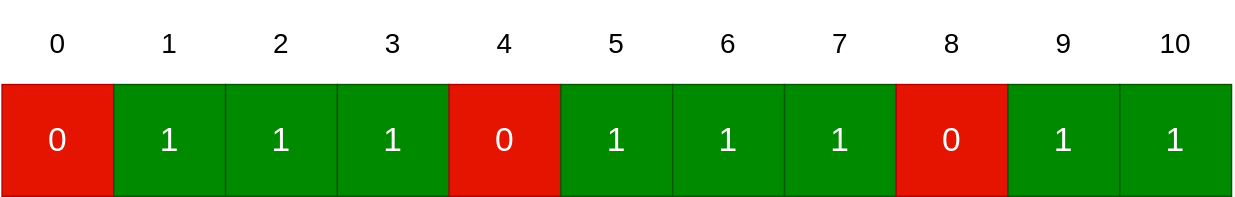
This is docs/algorithms/math/game-theory/images/states-array.drawio.svg from eduardo-marca/utfpr-guia-programacao-competitiva, a draw.io export, as it was before one commit. Source tidied: cells renumbered, new cells last; positions are measured from the earlier drawing's top-left corner, leaving out a move shared by most shapes. Source of this version:
```xml
<mxGraphModel>
  <root>
    <mxCell id="0" />
    <mxCell id="1" parent="0" />
    <mxCell id="2" value="&lt;font style=&quot;font-size: 24px;&quot;&gt;0&lt;/font&gt;" style="whiteSpace=wrap;html=1;rounded=0;glass=0;shadow=0;labelBackgroundColor=light-dark(default, #ff0000);fontColor=#ffffff;fillColor=#e51400;strokeColor=#B20000;" parent="1" vertex="1">
      <mxGeometry y="60" width="80" height="80" as="geometry" />
    </mxCell>
    <mxCell id="3" value="&lt;font&gt;0&lt;/font&gt;" style="text;html=1;whiteSpace=wrap;strokeColor=none;fillColor=none;align=center;verticalAlign=middle;rounded=0;fontSize=20;" parent="1" vertex="1">
      <mxGeometry x="10" width="60" height="60" as="geometry" />
    </mxCell>
    <mxCell id="4" value="&lt;font style=&quot;font-size: 24px;&quot;&gt;1&lt;/font&gt;" style="whiteSpace=wrap;html=1;rounded=0;glass=0;shadow=0;fillColor=#008a00;strokeColor=#005700;fontColor=#ffffff;" parent="1" vertex="1">
      <mxGeometry x="80" y="60" width="80" height="80" as="geometry" />
    </mxCell>
    <mxCell id="5" value="&lt;font&gt;1&lt;/font&gt;" style="text;html=1;whiteSpace=wrap;strokeColor=none;fillColor=none;align=center;verticalAlign=middle;rounded=0;fontSize=20;" parent="1" vertex="1">
      <mxGeometry x="90" width="60" height="60" as="geometry" />
    </mxCell>
    <mxCell id="6" value="&lt;font style=&quot;font-size: 24px;&quot;&gt;1&lt;/font&gt;" style="whiteSpace=wrap;html=1;rounded=0;glass=0;shadow=0;fillColor=#008a00;strokeColor=#005700;fontColor=#ffffff;" parent="1" vertex="1">
      <mxGeometry x="160" y="60" width="80" height="80" as="geometry" />
    </mxCell>
    <mxCell id="7" value="&lt;font&gt;2&lt;/font&gt;" style="text;html=1;whiteSpace=wrap;strokeColor=none;fillColor=none;align=center;verticalAlign=middle;rounded=0;fontSize=20;" parent="1" vertex="1">
      <mxGeometry x="170" width="60" height="60" as="geometry" />
    </mxCell>
    <mxCell id="8" value="&lt;font style=&quot;font-size: 24px;&quot;&gt;1&lt;/font&gt;" style="whiteSpace=wrap;html=1;rounded=0;glass=0;shadow=0;fillColor=#008a00;strokeColor=#005700;fontColor=#ffffff;" parent="1" vertex="1">
      <mxGeometry x="240" y="60" width="80" height="80" as="geometry" />
    </mxCell>
    <mxCell id="9" value="&lt;font&gt;3&lt;/font&gt;" style="text;html=1;whiteSpace=wrap;strokeColor=none;fillColor=none;align=center;verticalAlign=middle;rounded=0;fontSize=20;" parent="1" vertex="1">
      <mxGeometry x="250" width="60" height="60" as="geometry" />
    </mxCell>
    <mxCell id="10" value="&lt;font style=&quot;font-size: 24px;&quot;&gt;0&lt;/font&gt;" style="whiteSpace=wrap;html=1;rounded=0;glass=0;shadow=0;fillColor=#e51400;fontColor=#ffffff;strokeColor=#B20000;" parent="1" vertex="1">
      <mxGeometry x="320" y="60" width="80" height="80" as="geometry" />
    </mxCell>
    <mxCell id="11" value="&lt;font&gt;4&lt;/font&gt;" style="text;html=1;whiteSpace=wrap;strokeColor=none;fillColor=none;align=center;verticalAlign=middle;rounded=0;fontSize=20;" parent="1" vertex="1">
      <mxGeometry x="330" width="60" height="60" as="geometry" />
    </mxCell>
    <mxCell id="12" value="&lt;font style=&quot;font-size: 24px;&quot;&gt;1&lt;/font&gt;" style="whiteSpace=wrap;html=1;rounded=0;glass=0;shadow=0;fillColor=#008a00;strokeColor=#005700;fontColor=#ffffff;" parent="1" vertex="1">
      <mxGeometry x="400" y="60" width="80" height="80" as="geometry" />
    </mxCell>
    <mxCell id="13" value="&lt;font&gt;5&lt;/font&gt;" style="text;html=1;whiteSpace=wrap;strokeColor=none;fillColor=none;align=center;verticalAlign=middle;rounded=0;fontSize=20;" parent="1" vertex="1">
      <mxGeometry x="410" width="60" height="60" as="geometry" />
    </mxCell>
    <mxCell id="14" value="&lt;font&gt;6&lt;/font&gt;" style="text;html=1;whiteSpace=wrap;strokeColor=none;fillColor=none;align=center;verticalAlign=middle;rounded=0;fontSize=20;" parent="1" vertex="1">
      <mxGeometry x="490" width="60" height="60" as="geometry" />
    </mxCell>
    <mxCell id="15" value="&lt;font style=&quot;font-size: 24px;&quot;&gt;1&lt;/font&gt;" style="whiteSpace=wrap;html=1;rounded=0;glass=0;shadow=0;fillColor=#008a00;strokeColor=#005700;fontColor=#ffffff;" parent="1" vertex="1">
      <mxGeometry x="560" y="60" width="80" height="80" as="geometry" />
    </mxCell>
    <mxCell id="16" value="&lt;font&gt;7&lt;/font&gt;" style="text;html=1;whiteSpace=wrap;strokeColor=none;fillColor=none;align=center;verticalAlign=middle;rounded=0;fontSize=20;" parent="1" vertex="1">
      <mxGeometry x="570" width="60" height="60" as="geometry" />
    </mxCell>
    <mxCell id="17" value="&lt;font style=&quot;font-size: 24px;&quot;&gt;0&lt;/font&gt;" style="whiteSpace=wrap;html=1;rounded=0;glass=0;shadow=0;fillColor=#e51400;fontColor=#ffffff;strokeColor=#B20000;" parent="1" vertex="1">
      <mxGeometry x="640" y="60" width="80" height="80" as="geometry" />
    </mxCell>
    <mxCell id="18" value="&lt;font&gt;8&lt;/font&gt;" style="text;html=1;whiteSpace=wrap;strokeColor=none;fillColor=none;align=center;verticalAlign=middle;rounded=0;fontSize=20;" parent="1" vertex="1">
      <mxGeometry x="650" width="60" height="60" as="geometry" />
    </mxCell>
    <mxCell id="19" value="&lt;font style=&quot;font-size: 24px;&quot;&gt;1&lt;/font&gt;" style="whiteSpace=wrap;html=1;rounded=0;glass=0;shadow=0;fillColor=#008a00;strokeColor=#005700;fontColor=#ffffff;" parent="1" vertex="1">
      <mxGeometry x="720" y="60" width="80" height="80" as="geometry" />
    </mxCell>
    <mxCell id="20" value="&lt;font&gt;9&lt;/font&gt;" style="text;html=1;whiteSpace=wrap;strokeColor=none;fillColor=none;align=center;verticalAlign=middle;rounded=0;fontSize=20;" parent="1" vertex="1">
      <mxGeometry x="730" width="60" height="60" as="geometry" />
    </mxCell>
    <mxCell id="21" value="&lt;font style=&quot;font-size: 24px;&quot;&gt;1&lt;/font&gt;" style="whiteSpace=wrap;html=1;rounded=0;glass=0;shadow=0;fillColor=#008a00;strokeColor=#005700;fontColor=#ffffff;" parent="1" vertex="1">
      <mxGeometry x="800" y="60" width="80" height="80" as="geometry" />
    </mxCell>
    <mxCell id="22" value="&lt;font&gt;10&lt;/font&gt;" style="text;html=1;whiteSpace=wrap;strokeColor=none;fillColor=none;align=center;verticalAlign=middle;rounded=0;fontSize=20;" parent="1" vertex="1">
      <mxGeometry x="810" width="60" height="60" as="geometry" />
    </mxCell>
    <mxCell id="23" value="&lt;font style=&quot;font-size: 24px;&quot;&gt;1&lt;/font&gt;" style="whiteSpace=wrap;html=1;rounded=0;glass=0;shadow=0;fillColor=#008a00;strokeColor=#005700;fontColor=#ffffff;" parent="1" vertex="1">
      <mxGeometry x="480" y="60" width="80" height="80" as="geometry" />
    </mxCell>
  </root>
</mxGraphModel>
```
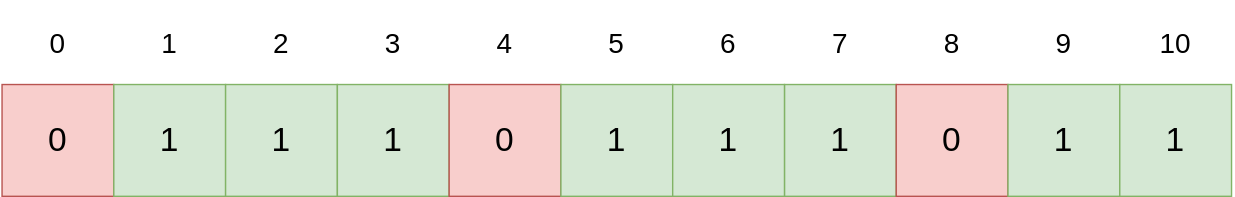
Above is the later version.

The edit, as a diff of the source:
```diff
@@ -2,37 +2,37 @@
   <root>
     <mxCell id="0" />
     <mxCell id="1" parent="0" />
-    <mxCell id="2" value="&lt;font style=&quot;font-size: 24px;&quot;&gt;0&lt;/font&gt;" style="whiteSpace=wrap;html=1;rounded=0;glass=0;shadow=0;labelBackgroundColor=light-dark(default, #ff0000);fontColor=#ffffff;fillColor=#e51400;strokeColor=#B20000;" parent="1" vertex="1">
+    <mxCell id="2" value="&lt;font style=&quot;font-size: 24px;&quot;&gt;0&lt;/font&gt;" style="whiteSpace=wrap;html=1;rounded=0;glass=0;shadow=0;labelBackgroundColor=light-dark(default, #ff0000);fillColor=#f8cecc;strokeColor=#b85450;" parent="1" vertex="1">
       <mxGeometry y="60" width="80" height="80" as="geometry" />
     </mxCell>
     <mxCell id="3" value="&lt;font&gt;0&lt;/font&gt;" style="text;html=1;whiteSpace=wrap;strokeColor=none;fillColor=none;align=center;verticalAlign=middle;rounded=0;fontSize=20;" parent="1" vertex="1">
       <mxGeometry x="10" width="60" height="60" as="geometry" />
     </mxCell>
-    <mxCell id="4" value="&lt;font style=&quot;font-size: 24px;&quot;&gt;1&lt;/font&gt;" style="whiteSpace=wrap;html=1;rounded=0;glass=0;shadow=0;fillColor=#008a00;strokeColor=#005700;fontColor=#ffffff;" parent="1" vertex="1">
+    <mxCell id="4" value="&lt;font style=&quot;font-size: 24px;&quot;&gt;1&lt;/font&gt;" style="whiteSpace=wrap;html=1;rounded=0;glass=0;shadow=0;fillColor=#d5e8d4;strokeColor=#82b366;" parent="1" vertex="1">
       <mxGeometry x="80" y="60" width="80" height="80" as="geometry" />
     </mxCell>
     <mxCell id="5" value="&lt;font&gt;1&lt;/font&gt;" style="text;html=1;whiteSpace=wrap;strokeColor=none;fillColor=none;align=center;verticalAlign=middle;rounded=0;fontSize=20;" parent="1" vertex="1">
       <mxGeometry x="90" width="60" height="60" as="geometry" />
     </mxCell>
-    <mxCell id="6" value="&lt;font style=&quot;font-size: 24px;&quot;&gt;1&lt;/font&gt;" style="whiteSpace=wrap;html=1;rounded=0;glass=0;shadow=0;fillColor=#008a00;strokeColor=#005700;fontColor=#ffffff;" parent="1" vertex="1">
+    <mxCell id="6" value="&lt;font style=&quot;font-size: 24px;&quot;&gt;1&lt;/font&gt;" style="whiteSpace=wrap;html=1;rounded=0;glass=0;shadow=0;fillColor=#d5e8d4;strokeColor=#82b366;" parent="1" vertex="1">
       <mxGeometry x="160" y="60" width="80" height="80" as="geometry" />
     </mxCell>
     <mxCell id="7" value="&lt;font&gt;2&lt;/font&gt;" style="text;html=1;whiteSpace=wrap;strokeColor=none;fillColor=none;align=center;verticalAlign=middle;rounded=0;fontSize=20;" parent="1" vertex="1">
       <mxGeometry x="170" width="60" height="60" as="geometry" />
     </mxCell>
-    <mxCell id="8" value="&lt;font style=&quot;font-size: 24px;&quot;&gt;1&lt;/font&gt;" style="whiteSpace=wrap;html=1;rounded=0;glass=0;shadow=0;fillColor=#008a00;strokeColor=#005700;fontColor=#ffffff;" parent="1" vertex="1">
+    <mxCell id="8" value="&lt;font style=&quot;font-size: 24px;&quot;&gt;1&lt;/font&gt;" style="whiteSpace=wrap;html=1;rounded=0;glass=0;shadow=0;fillColor=#d5e8d4;strokeColor=#82b366;" parent="1" vertex="1">
       <mxGeometry x="240" y="60" width="80" height="80" as="geometry" />
     </mxCell>
     <mxCell id="9" value="&lt;font&gt;3&lt;/font&gt;" style="text;html=1;whiteSpace=wrap;strokeColor=none;fillColor=none;align=center;verticalAlign=middle;rounded=0;fontSize=20;" parent="1" vertex="1">
       <mxGeometry x="250" width="60" height="60" as="geometry" />
     </mxCell>
-    <mxCell id="10" value="&lt;font style=&quot;font-size: 24px;&quot;&gt;0&lt;/font&gt;" style="whiteSpace=wrap;html=1;rounded=0;glass=0;shadow=0;fillColor=#e51400;fontColor=#ffffff;strokeColor=#B20000;" parent="1" vertex="1">
+    <mxCell id="10" value="&lt;font style=&quot;font-size: 24px;&quot;&gt;0&lt;/font&gt;" style="whiteSpace=wrap;html=1;rounded=0;glass=0;shadow=0;fillColor=#f8cecc;strokeColor=#b85450;" parent="1" vertex="1">
       <mxGeometry x="320" y="60" width="80" height="80" as="geometry" />
     </mxCell>
     <mxCell id="11" value="&lt;font&gt;4&lt;/font&gt;" style="text;html=1;whiteSpace=wrap;strokeColor=none;fillColor=none;align=center;verticalAlign=middle;rounded=0;fontSize=20;" parent="1" vertex="1">
       <mxGeometry x="330" width="60" height="60" as="geometry" />
     </mxCell>
-    <mxCell id="12" value="&lt;font style=&quot;font-size: 24px;&quot;&gt;1&lt;/font&gt;" style="whiteSpace=wrap;html=1;rounded=0;glass=0;shadow=0;fillColor=#008a00;strokeColor=#005700;fontColor=#ffffff;" parent="1" vertex="1">
+    <mxCell id="12" value="&lt;font style=&quot;font-size: 24px;&quot;&gt;1&lt;/font&gt;" style="whiteSpace=wrap;html=1;rounded=0;glass=0;shadow=0;fillColor=#d5e8d4;strokeColor=#82b366;" parent="1" vertex="1">
       <mxGeometry x="400" y="60" width="80" height="80" as="geometry" />
     </mxCell>
     <mxCell id="13" value="&lt;font&gt;5&lt;/font&gt;" style="text;html=1;whiteSpace=wrap;strokeColor=none;fillColor=none;align=center;verticalAlign=middle;rounded=0;fontSize=20;" parent="1" vertex="1">
@@ -41,31 +41,31 @@
     <mxCell id="14" value="&lt;font&gt;6&lt;/font&gt;" style="text;html=1;whiteSpace=wrap;strokeColor=none;fillColor=none;align=center;verticalAlign=middle;rounded=0;fontSize=20;" parent="1" vertex="1">
       <mxGeometry x="490" width="60" height="60" as="geometry" />
     </mxCell>
-    <mxCell id="15" value="&lt;font style=&quot;font-size: 24px;&quot;&gt;1&lt;/font&gt;" style="whiteSpace=wrap;html=1;rounded=0;glass=0;shadow=0;fillColor=#008a00;strokeColor=#005700;fontColor=#ffffff;" parent="1" vertex="1">
+    <mxCell id="15" value="&lt;font style=&quot;font-size: 24px;&quot;&gt;1&lt;/font&gt;" style="whiteSpace=wrap;html=1;rounded=0;glass=0;shadow=0;fillColor=#d5e8d4;strokeColor=#82b366;" parent="1" vertex="1">
       <mxGeometry x="560" y="60" width="80" height="80" as="geometry" />
     </mxCell>
     <mxCell id="16" value="&lt;font&gt;7&lt;/font&gt;" style="text;html=1;whiteSpace=wrap;strokeColor=none;fillColor=none;align=center;verticalAlign=middle;rounded=0;fontSize=20;" parent="1" vertex="1">
       <mxGeometry x="570" width="60" height="60" as="geometry" />
     </mxCell>
-    <mxCell id="17" value="&lt;font style=&quot;font-size: 24px;&quot;&gt;0&lt;/font&gt;" style="whiteSpace=wrap;html=1;rounded=0;glass=0;shadow=0;fillColor=#e51400;fontColor=#ffffff;strokeColor=#B20000;" parent="1" vertex="1">
+    <mxCell id="17" value="&lt;font style=&quot;font-size: 24px;&quot;&gt;0&lt;/font&gt;" style="whiteSpace=wrap;html=1;rounded=0;glass=0;shadow=0;fillColor=#f8cecc;strokeColor=#b85450;" parent="1" vertex="1">
       <mxGeometry x="640" y="60" width="80" height="80" as="geometry" />
     </mxCell>
     <mxCell id="18" value="&lt;font&gt;8&lt;/font&gt;" style="text;html=1;whiteSpace=wrap;strokeColor=none;fillColor=none;align=center;verticalAlign=middle;rounded=0;fontSize=20;" parent="1" vertex="1">
       <mxGeometry x="650" width="60" height="60" as="geometry" />
     </mxCell>
-    <mxCell id="19" value="&lt;font style=&quot;font-size: 24px;&quot;&gt;1&lt;/font&gt;" style="whiteSpace=wrap;html=1;rounded=0;glass=0;shadow=0;fillColor=#008a00;strokeColor=#005700;fontColor=#ffffff;" parent="1" vertex="1">
+    <mxCell id="19" value="&lt;font style=&quot;font-size: 24px;&quot;&gt;1&lt;/font&gt;" style="whiteSpace=wrap;html=1;rounded=0;glass=0;shadow=0;fillColor=#d5e8d4;strokeColor=#82b366;" parent="1" vertex="1">
       <mxGeometry x="720" y="60" width="80" height="80" as="geometry" />
     </mxCell>
     <mxCell id="20" value="&lt;font&gt;9&lt;/font&gt;" style="text;html=1;whiteSpace=wrap;strokeColor=none;fillColor=none;align=center;verticalAlign=middle;rounded=0;fontSize=20;" parent="1" vertex="1">
       <mxGeometry x="730" width="60" height="60" as="geometry" />
     </mxCell>
-    <mxCell id="21" value="&lt;font style=&quot;font-size: 24px;&quot;&gt;1&lt;/font&gt;" style="whiteSpace=wrap;html=1;rounded=0;glass=0;shadow=0;fillColor=#008a00;strokeColor=#005700;fontColor=#ffffff;" parent="1" vertex="1">
+    <mxCell id="21" value="&lt;font style=&quot;font-size: 24px;&quot;&gt;1&lt;/font&gt;" style="whiteSpace=wrap;html=1;rounded=0;glass=0;shadow=0;fillColor=#d5e8d4;strokeColor=#82b366;" parent="1" vertex="1">
       <mxGeometry x="800" y="60" width="80" height="80" as="geometry" />
     </mxCell>
     <mxCell id="22" value="&lt;font&gt;10&lt;/font&gt;" style="text;html=1;whiteSpace=wrap;strokeColor=none;fillColor=none;align=center;verticalAlign=middle;rounded=0;fontSize=20;" parent="1" vertex="1">
       <mxGeometry x="810" width="60" height="60" as="geometry" />
     </mxCell>
-    <mxCell id="23" value="&lt;font style=&quot;font-size: 24px;&quot;&gt;1&lt;/font&gt;" style="whiteSpace=wrap;html=1;rounded=0;glass=0;shadow=0;fillColor=#008a00;strokeColor=#005700;fontColor=#ffffff;" parent="1" vertex="1">
+    <mxCell id="23" value="&lt;font style=&quot;font-size: 24px;&quot;&gt;1&lt;/font&gt;" style="whiteSpace=wrap;html=1;rounded=0;glass=0;shadow=0;fillColor=#d5e8d4;strokeColor=#82b366;" parent="1" vertex="1">
       <mxGeometry x="480" y="60" width="80" height="80" as="geometry" />
     </mxCell>
   </root>
```
